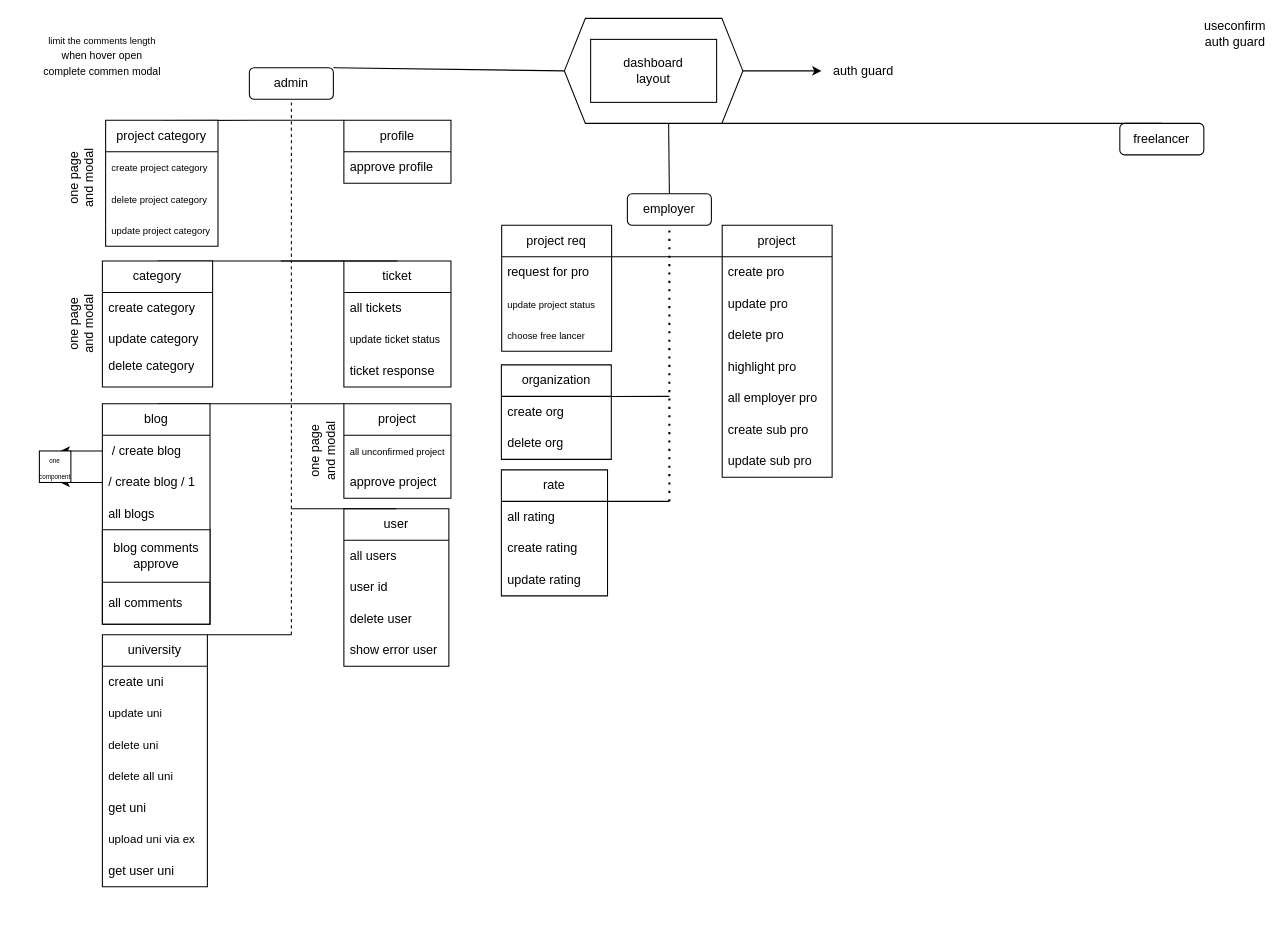
Earlier version of the draw.io diagram base/dashboard-folder-structur.drawio (RwinZakeri/up). Source tidied: cells renumbered, new cells numbered last; positions are measured from the earlier drawing's top-left corner, leaving out a move shared by most shapes. Both pictures are drawn from the tidied source at 105%, with x=0, y=0 at pixel (39, 18).
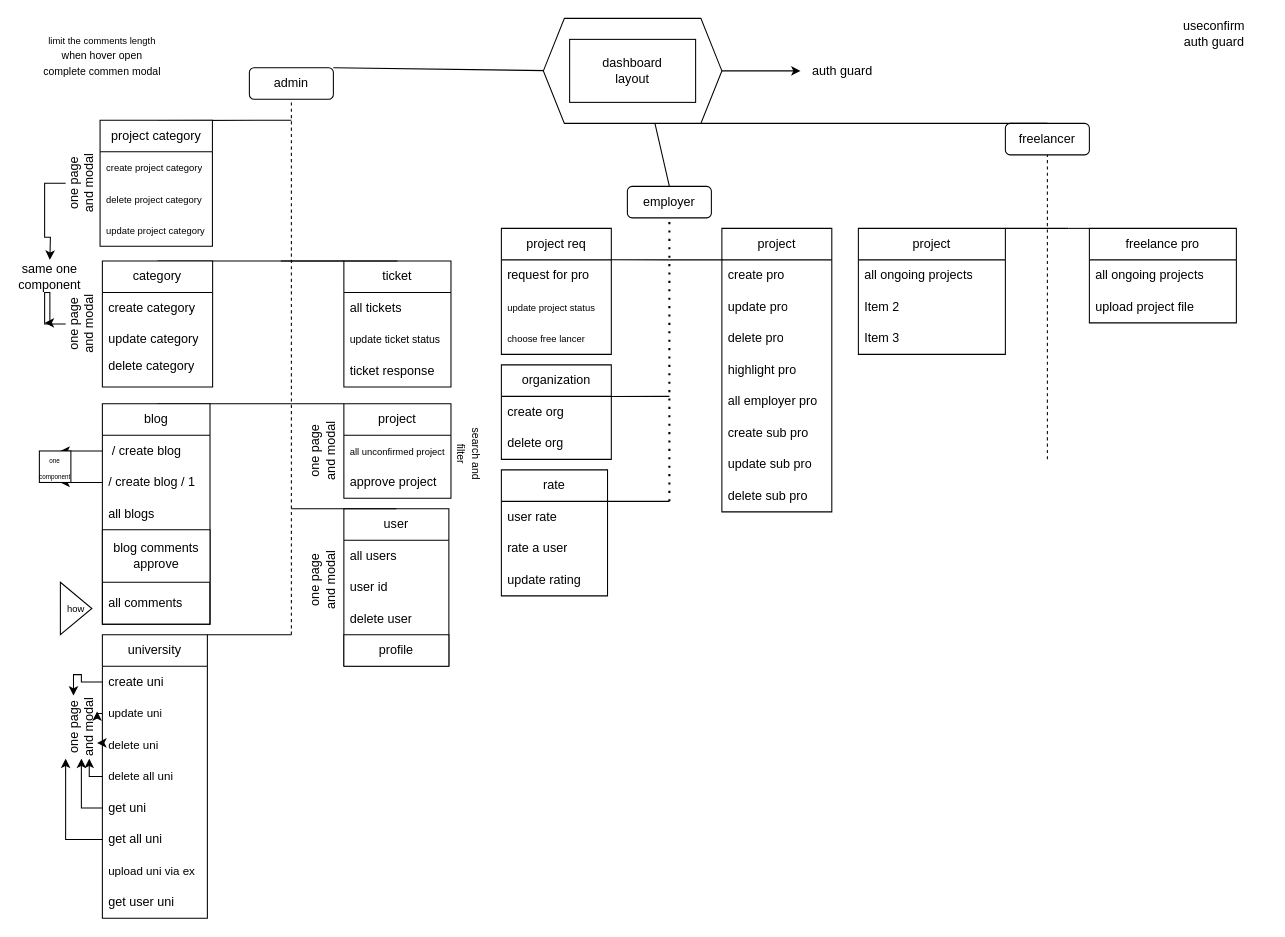
The same diagram, later.

The change refers to these unchanged cells:
```xml
<mxCell id="4" value="admin" style="rounded=1;whiteSpace=wrap;html=1;" parent="1" vertex="1">
  <mxGeometry x="200" y="47" width="80" height="30" as="geometry" />
</mxCell>
<mxCell id="17" value="one page and modal" style="text;html=1;align=center;verticalAlign=middle;whiteSpace=wrap;rounded=0;rotation=-90;" parent="1" vertex="1">
  <mxGeometry x="10" y="276" width="60" height="30" as="geometry" />
</mxCell>
<mxCell id="49" value="user" style="swimlane;fontStyle=0;horizontal=1;startSize=30;whiteSpace=wrap;html=1;" parent="1" vertex="1">
  <mxGeometry x="290" y="467" width="100" height="150" as="geometry" />
</mxCell>
<mxCell id="56" value="create uni" style="text;strokeColor=none;fillColor=none;align=left;verticalAlign=middle;spacingLeft=4;spacingRight=4;overflow=hidden;points=[[0,0.5],[1,0.5]];portConstraint=eastwest;whiteSpace=wrap;html=1;" parent="55" vertex="1">
  <mxGeometry y="30" width="100" height="30" as="geometry" />
</mxCell>
<mxCell id="57" value="&lt;font style=&quot;font-size: 11px;&quot;&gt;update uni&lt;/font&gt;" style="text;strokeColor=none;fillColor=none;align=left;verticalAlign=middle;spacingLeft=4;spacingRight=4;overflow=hidden;points=[[0,0.5],[1,0.5]];portConstraint=eastwest;whiteSpace=wrap;html=1;" parent="55" vertex="1">
  <mxGeometry y="60" width="100" height="30" as="geometry" />
</mxCell>
<mxCell id="58" value="&lt;font style=&quot;font-size: 11px;&quot;&gt;delete uni&lt;/font&gt;" style="text;strokeColor=none;fillColor=none;align=left;verticalAlign=middle;spacingLeft=4;spacingRight=4;overflow=hidden;points=[[0,0.5],[1,0.5]];portConstraint=eastwest;whiteSpace=wrap;html=1;" parent="55" vertex="1">
  <mxGeometry y="90" width="100" height="30" as="geometry" />
</mxCell>
<mxCell id="59" value="&lt;font style=&quot;font-size: 11px;&quot;&gt;delete all uni&lt;/font&gt;" style="text;strokeColor=none;fillColor=none;align=left;verticalAlign=middle;spacingLeft=4;spacingRight=4;overflow=hidden;points=[[0,0.5],[1,0.5]];portConstraint=eastwest;whiteSpace=wrap;html=1;" parent="55" vertex="1">
  <mxGeometry y="120" width="100" height="30" as="geometry" />
</mxCell>
<mxCell id="60" value="get uni" style="text;strokeColor=none;fillColor=none;align=left;verticalAlign=middle;spacingLeft=4;spacingRight=4;overflow=hidden;points=[[0,0.5],[1,0.5]];portConstraint=eastwest;whiteSpace=wrap;html=1;" parent="55" vertex="1">
  <mxGeometry y="150" width="100" height="30" as="geometry" />
</mxCell>
<mxCell id="67" value="request for pro" style="text;strokeColor=none;fillColor=none;align=left;verticalAlign=middle;spacingLeft=4;spacingRight=4;overflow=hidden;points=[[0,0.5],[1,0.5]];portConstraint=eastwest;whiteSpace=wrap;html=1;" parent="66" vertex="1">
  <mxGeometry y="30" width="104.7" height="30" as="geometry" />
</mxCell>
<mxCell id="76" value="create pro" style="text;strokeColor=none;fillColor=none;align=left;verticalAlign=middle;spacingLeft=4;spacingRight=4;overflow=hidden;points=[[0,0.5],[1,0.5]];portConstraint=eastwest;whiteSpace=wrap;html=1;" parent="75" vertex="1">
  <mxGeometry y="30" width="104.7" height="30" as="geometry" />
</mxCell>
<mxCell id="84" value="rate" style="swimlane;fontStyle=0;horizontal=1;startSize=30;whiteSpace=wrap;html=1;" parent="1" vertex="1">
  <mxGeometry x="440" y="430" width="101.1" height="120" as="geometry" />
</mxCell>
```

What changed in the source:
```diff
@@
     <mxCell id="2" value="freelancer" style="rounded=1;whiteSpace=wrap;html=1;" parent="1" vertex="1">
-      <mxGeometry x="1029" y="100" width="80" height="30" as="geometry" />
+      <mxGeometry x="920" y="100" width="80" height="30" as="geometry" />
     </mxCell>
     <mxCell id="3" value="employer" style="rounded=1;whiteSpace=wrap;html=1;" parent="1" vertex="1">
-      <mxGeometry x="560" y="167" width="80" height="30" as="geometry" />
+      <mxGeometry x="560" y="160" width="80" height="30" as="geometry" />
     </mxCell>
@@
-    <mxCell id="5" style="endArrow=none;html=1;rounded=0;exitX=0.5;exitY=0;exitDx=0;exitDy=0;entryX=0.584;entryY=0.993;entryDx=0;entryDy=0;entryPerimeter=0;" parent="1" edge="1" source="3" target="9">
+    <mxCell id="5" style="endArrow=none;html=1;rounded=0;exitX=0.5;exitY=0;exitDx=0;exitDy=0;entryX=0.625;entryY=1;entryDx=0;entryDy=0;" parent="1" edge="1" source="3" target="9">
       <mxGeometry relative="1" as="geometry" />
     </mxCell>
-    <mxCell id="6" style="endArrow=none;html=1;rounded=0;exitX=1;exitY=0;exitDx=0;exitDy=0;entryX=0;entryY=0.5;entryDx=0;entryDy=0;" parent="1" edge="1" source="4" target="9">
-      <mxGeometry relative="1" as="geometry" />
+    <mxCell id="6" style="endArrow=none;html=1;rounded=0;exitX=1;exitY=0;exitDx=0;exitDy=0;entryX=0;entryY=0.5;entryDx=0;entryDy=0;" parent="1" edge="1" source="4">
+      <mxGeometry relative="1" as="geometry">
+        <mxPoint x="500" y="50" as="targetPoint" />
+      </mxGeometry>
     </mxCell>
@@
     <mxCell id="9" style="shape=hexagon;perimeter=hexagonPerimeter2;whiteSpace=wrap;html=1;fixedSize=1;" parent="1" vertex="1">
-      <mxGeometry x="500" width="170" height="100" as="geometry" />
+      <mxGeometry x="480" width="170" height="100" as="geometry" />
     </mxCell>
     <mxCell id="10" value="dashboard&lt;div&gt;layout&lt;/div&gt;" style="rounded=0;whiteSpace=wrap;html=1;" parent="1" vertex="1">
-      <mxGeometry x="525" y="20" width="120" height="60" as="geometry" />
+      <mxGeometry x="505" y="20" width="120" height="60" as="geometry" />
     </mxCell>
     <mxCell id="11" style="endArrow=classic;html=1;rounded=0;exitX=1;exitY=0.5;exitDx=0;exitDy=0;" parent="1" edge="1" source="9">
       <mxGeometry relative="1" as="geometry">
-        <mxPoint x="745" y="50" as="targetPoint" />
+        <mxPoint x="725" y="50" as="targetPoint" />
       </mxGeometry>
     </mxCell>
     <mxCell id="12" value="auth guard" style="text;html=1;align=center;verticalAlign=middle;whiteSpace=wrap;rounded=0;" parent="1" vertex="1">
-      <mxGeometry x="755" y="35" width="60" height="30" as="geometry" />
+      <mxGeometry x="735" y="35" width="60" height="30" as="geometry" />
     </mxCell>
@@
+    <mxCell id="89" style="edgeStyle=orthogonalEdgeStyle;rounded=0;jettySize=auto;html=1;" parent="1" edge="1" source="17">
+      <mxGeometry relative="1" as="geometry">
+        <mxPoint x="5" y="290" as="targetPoint" />
+        <Array as="points">
+          <mxPoint x="5" y="291" />
+          <mxPoint x="5" y="261" />
+          <mxPoint x="10" y="261" />
+        </Array>
+      </mxGeometry>
+    </mxCell>
@@
-    <mxCell id="30" value="profile" style="swimlane;fontStyle=0;horizontal=1;startSize=30;whiteSpace=wrap;html=1;" parent="1" vertex="1">
-      <mxGeometry x="290" y="97" width="102" height="60" as="geometry" />
-    </mxCell>
-    <mxCell id="31" value="approve profile&amp;nbsp;" style="text;strokeColor=none;fillColor=none;align=left;verticalAlign=middle;spacingLeft=4;spacingRight=4;overflow=hidden;whiteSpace=wrap;html=1;" parent="30" vertex="1">
-      <mxGeometry y="30" width="102" height="30" as="geometry" />
-    </mxCell>
-    <mxCell id="32" style="endArrow=none;html=1;rounded=0;entryX=0;entryY=0;entryDx=0;entryDy=0;" parent="1" edge="1" target="30">
-      <mxGeometry relative="1" as="geometry">
-        <mxPoint x="240" y="97" as="sourcePoint" />
-      </mxGeometry>
-    </mxCell>
+    <mxCell id="90" style="edgeStyle=orthogonalEdgeStyle;rounded=0;jettySize=auto;html=1;" parent="1" edge="1" source="33">
+      <mxGeometry relative="1" as="geometry">
+        <mxPoint x="10" y="230" as="targetPoint" />
+      </mxGeometry>
+    </mxCell>
     <mxCell id="33" value="one page and modal" style="text;html=1;align=center;verticalAlign=middle;whiteSpace=wrap;rounded=0;rotation=-90;" parent="1" vertex="1">
-      <mxGeometry x="10" y="137" width="60" height="30" as="geometry" />
+      <mxGeometry x="10" y="142" width="60" height="30" as="geometry" />
     </mxCell>
@@
     <mxCell id="38" value="project category" style="swimlane;fontStyle=0;horizontal=1;startSize=30;whiteSpace=wrap;html=1;" parent="1" vertex="1">
-      <mxGeometry x="63.1" y="97" width="107" height="120" as="geometry" />
+      <mxGeometry x="57.8" y="97" width="107" height="120" as="geometry" />
     </mxCell>
@@
-    <mxCell id="53" value="show error user&amp;nbsp;" style="text;strokeColor=none;fillColor=none;align=left;verticalAlign=middle;spacingLeft=4;spacingRight=4;overflow=hidden;whiteSpace=wrap;html=1;" parent="49" vertex="1">
-      <mxGeometry y="120" width="100" height="30" as="geometry" />
-    </mxCell>
+    <mxCell id="30" value="profile" style="swimlane;fontStyle=0;horizontal=1;startSize=30;whiteSpace=wrap;html=1;" parent="49" vertex="1" collapsed="1">
+      <mxGeometry y="120" width="100" height="30" as="geometry" />
+    </mxCell>
@@
     <mxCell id="55" value="university" style="swimlane;fontStyle=0;horizontal=1;startSize=30;whiteSpace=wrap;html=1;" parent="1" vertex="1">
-      <mxGeometry x="60" y="587" width="100" height="240" as="geometry" />
+      <mxGeometry x="60" y="587" width="100" height="270" as="geometry" />
     </mxCell>
@@
+    <mxCell id="91" value="get all uni" style="text;strokeColor=none;fillColor=none;align=left;verticalAlign=middle;spacingLeft=4;spacingRight=4;overflow=hidden;points=[[0,0.5],[1,0.5]];portConstraint=eastwest;whiteSpace=wrap;html=1;" parent="55" vertex="1">
+      <mxGeometry y="180" width="100" height="30" as="geometry" />
+    </mxCell>
     <mxCell id="61" value="&lt;font style=&quot;font-size: 11px;&quot;&gt;upload uni via ex&lt;/font&gt;" style="text;strokeColor=none;fillColor=none;align=left;verticalAlign=middle;spacingLeft=4;spacingRight=4;overflow=hidden;whiteSpace=wrap;html=1;" parent="55" vertex="1">
-      <mxGeometry y="180" width="100" height="30" as="geometry" />
+      <mxGeometry y="210" width="100" height="30" as="geometry" />
     </mxCell>
     <mxCell id="62" value="get user uni" style="text;strokeColor=none;fillColor=none;align=left;verticalAlign=middle;spacingLeft=4;spacingRight=4;overflow=hidden;whiteSpace=wrap;html=1;" parent="55" vertex="1">
-      <mxGeometry y="210" width="100" height="30" as="geometry" />
+      <mxGeometry y="240" width="100" height="30" as="geometry" />
     </mxCell>
@@
-    <mxCell id="65" style="endArrow=none;html=1;rounded=0;entryX=1;entryY=0.25;entryDx=0;entryDy=0;" parent="1" edge="1" target="66">
+    <mxCell id="65" style="endArrow=none;html=1;rounded=0;entryX=0.995;entryY=-0.003;entryDx=0;entryDy=0;entryPerimeter=0;" parent="1" edge="1" target="67">
       <mxGeometry relative="1" as="geometry">
-        <mxPoint x="600" y="227" as="sourcePoint" />
+        <mxPoint x="600" y="230" as="sourcePoint" />
       </mxGeometry>
     </mxCell>
     <mxCell id="66" value="project req" style="swimlane;fontStyle=0;horizontal=1;startSize=30;whiteSpace=wrap;html=1;" parent="1" vertex="1">
-      <mxGeometry x="440.3" y="197" width="104.7" height="120" as="geometry" />
+      <mxGeometry x="440" y="200" width="104.7" height="120" as="geometry" />
     </mxCell>
@@
     <mxCell id="70" value="useconfirm&lt;div&gt;auth guard&lt;/div&gt;" style="text;html=1;align=center;verticalAlign=middle;whiteSpace=wrap;rounded=0;" parent="1" vertex="1">
-      <mxGeometry x="1109" width="60" height="30" as="geometry" />
+      <mxGeometry x="1089" width="60" height="30" as="geometry" />
     </mxCell>
@@
     <mxCell id="75" value="project" style="swimlane;fontStyle=0;horizontal=1;startSize=30;whiteSpace=wrap;html=1;" parent="1" vertex="1">
-      <mxGeometry x="650.3" y="197" width="104.7" height="240" as="geometry" />
+      <mxGeometry x="650" y="200" width="104.7" height="270" as="geometry" />
     </mxCell>
@@
+    <mxCell id="92" value="&lt;font style=&quot;font-size: 12px;&quot;&gt;delete sub pro&lt;/font&gt;" style="text;strokeColor=none;fillColor=none;align=left;verticalAlign=middle;spacingLeft=4;spacingRight=4;overflow=hidden;whiteSpace=wrap;html=1;" parent="75" vertex="1">
+      <mxGeometry y="240" width="104.7" height="30" as="geometry" />
+    </mxCell>
     <mxCell id="83" style="endArrow=none;html=1;rounded=0;entryX=0.006;entryY=0;entryDx=0;entryDy=0;entryPerimeter=0;" parent="1" edge="1" target="76">
       <mxGeometry relative="1" as="geometry">
-        <mxPoint x="600" y="227" as="sourcePoint" />
+        <mxPoint x="600" y="230" as="sourcePoint" />
       </mxGeometry>
     </mxCell>
@@
-    <mxCell id="85" value="all rating&amp;nbsp;" style="text;strokeColor=none;fillColor=none;align=left;verticalAlign=middle;spacingLeft=4;spacingRight=4;overflow=hidden;whiteSpace=wrap;html=1;" parent="84" vertex="1">
+    <mxCell id="85" value="user rate&amp;nbsp;" style="text;strokeColor=none;fillColor=none;align=left;verticalAlign=middle;spacingLeft=4;spacingRight=4;overflow=hidden;whiteSpace=wrap;html=1;" parent="84" vertex="1">
       <mxGeometry y="30" width="101.1" height="30" as="geometry" />
     </mxCell>
-    <mxCell id="86" value="create rating&amp;nbsp;" style="text;strokeColor=none;fillColor=none;align=left;verticalAlign=middle;spacingLeft=4;spacingRight=4;overflow=hidden;whiteSpace=wrap;html=1;" parent="84" vertex="1">
+    <mxCell id="86" value="rate a user" style="text;strokeColor=none;fillColor=none;align=left;verticalAlign=middle;spacingLeft=4;spacingRight=4;overflow=hidden;whiteSpace=wrap;html=1;" parent="84" vertex="1">
       <mxGeometry y="60" width="101.1" height="30" as="geometry" />
     </mxCell>
@@
+    <mxCell id="93" value="one page and modal" style="text;html=1;align=center;verticalAlign=middle;whiteSpace=wrap;rounded=0;rotation=-90;" parent="1" vertex="1">
+      <mxGeometry x="240" y="520" width="60" height="30" as="geometry" />
+    </mxCell>
+    <mxCell id="94" value="same one component" style="text;html=1;align=center;verticalAlign=middle;whiteSpace=wrap;rounded=0;" parent="1" vertex="1">
+      <mxGeometry x="-20" y="231" width="60" height="30" as="geometry" />
+    </mxCell>
+    <mxCell id="95" value="&lt;font style=&quot;font-size: 10px;&quot;&gt;search and filter&lt;/font&gt;" style="text;html=1;align=center;verticalAlign=middle;whiteSpace=wrap;rounded=0;rotation=90;" parent="1" vertex="1">
+      <mxGeometry x="380" y="400" width="60" height="30" as="geometry" />
+    </mxCell>
+    <mxCell id="96" value="&lt;font style=&quot;font-size: 9px;&quot;&gt;how&lt;/font&gt;" style="triangle;whiteSpace=wrap;html=1;" parent="1" vertex="1">
+      <mxGeometry x="20" y="537" width="30" height="50" as="geometry" />
+    </mxCell>
+    <mxCell id="97" value="one page and modal" style="text;html=1;align=center;verticalAlign=middle;whiteSpace=wrap;rounded=0;rotation=-90;" parent="1" vertex="1">
+      <mxGeometry x="10" y="660" width="60" height="30" as="geometry" />
+    </mxCell>
+    <mxCell id="98" style="edgeStyle=orthogonalEdgeStyle;rounded=0;jettySize=auto;html=1;" parent="1" edge="1" source="60" target="97">
+      <mxGeometry relative="1" as="geometry" />
+    </mxCell>
+    <mxCell id="99" style="edgeStyle=orthogonalEdgeStyle;rounded=0;jettySize=auto;html=1;exitX=0;exitY=0.5;exitDx=0;exitDy=0;entryX=0;entryY=0.75;entryDx=0;entryDy=0;" parent="1" edge="1" source="59" target="97">
+      <mxGeometry relative="1" as="geometry" />
+    </mxCell>
+    <mxCell id="100" style="edgeStyle=orthogonalEdgeStyle;rounded=0;jettySize=auto;html=1;entryX=0.25;entryY=1;entryDx=0;entryDy=0;" parent="1" edge="1" source="58" target="97">
+      <mxGeometry relative="1" as="geometry">
+        <Array as="points">
+          <mxPoint x="60" y="690" />
+          <mxPoint x="60" y="690" />
+        </Array>
+      </mxGeometry>
+    </mxCell>
+    <mxCell id="101" style="edgeStyle=orthogonalEdgeStyle;rounded=0;jettySize=auto;html=1;entryX=0;entryY=0;entryDx=0;entryDy=0;" parent="1" edge="1" source="91" target="97">
+      <mxGeometry relative="1" as="geometry" />
+    </mxCell>
+    <mxCell id="102" style="edgeStyle=orthogonalEdgeStyle;rounded=0;jettySize=auto;html=1;entryX=1;entryY=0.25;entryDx=0;entryDy=0;" parent="1" edge="1" source="56" target="97">
+      <mxGeometry relative="1" as="geometry" />
+    </mxCell>
+    <mxCell id="103" style="edgeStyle=orthogonalEdgeStyle;rounded=0;jettySize=auto;html=1;exitX=0;exitY=0.5;exitDx=0;exitDy=0;entryX=0.75;entryY=1;entryDx=0;entryDy=0;" parent="1" edge="1" source="57" target="97">
+      <mxGeometry relative="1" as="geometry" />
+    </mxCell>
+    <mxCell id="104" value="project" style="swimlane;fontStyle=0;horizontal=1;startSize=30;whiteSpace=wrap;html=1;" parent="1" vertex="1">
+      <mxGeometry x="780" y="200" width="140" height="120" as="geometry" />
+    </mxCell>
+    <mxCell id="105" value="all ongoing projects" style="text;strokeColor=none;fillColor=none;align=left;verticalAlign=middle;spacingLeft=4;spacingRight=4;overflow=hidden;whiteSpace=wrap;html=1;" parent="104" vertex="1">
+      <mxGeometry y="30" width="140" height="30" as="geometry" />
+    </mxCell>
+    <mxCell id="106" value="Item 2" style="text;strokeColor=none;fillColor=none;align=left;verticalAlign=middle;spacingLeft=4;spacingRight=4;overflow=hidden;whiteSpace=wrap;html=1;" parent="104" vertex="1">
+      <mxGeometry y="60" width="140" height="30" as="geometry" />
+    </mxCell>
+    <mxCell id="107" value="Item 3" style="text;strokeColor=none;fillColor=none;align=left;verticalAlign=middle;spacingLeft=4;spacingRight=4;overflow=hidden;whiteSpace=wrap;html=1;" parent="104" vertex="1">
+      <mxGeometry y="90" width="140" height="30" as="geometry" />
+    </mxCell>
+    <mxCell id="108" style="endArrow=none;dashed=1;html=1;rounded=0;entryX=0.5;entryY=1;entryDx=0;entryDy=0;" parent="1" edge="1" target="2">
+      <mxGeometry relative="1" as="geometry">
+        <mxPoint x="960" y="420" as="sourcePoint" />
+      </mxGeometry>
+    </mxCell>
+    <mxCell id="109" style="endArrow=none;html=1;rounded=0;exitX=1;exitY=0;exitDx=0;exitDy=0;" parent="1" edge="1" source="104">
+      <mxGeometry relative="1" as="geometry">
+        <mxPoint x="980" y="200" as="targetPoint" />
+      </mxGeometry>
+    </mxCell>
+    <mxCell id="110" value="freelance pro" style="swimlane;fontStyle=0;horizontal=1;startSize=30;whiteSpace=wrap;html=1;" parent="1" vertex="1">
+      <mxGeometry x="1000" y="200" width="140" height="90" as="geometry" />
+    </mxCell>
+    <mxCell id="111" value="all ongoing projects" style="text;strokeColor=none;fillColor=none;align=left;verticalAlign=middle;spacingLeft=4;spacingRight=4;overflow=hidden;whiteSpace=wrap;html=1;" parent="110" vertex="1">
+      <mxGeometry y="30" width="140" height="30" as="geometry" />
+    </mxCell>
+    <mxCell id="112" value="upload project file&amp;nbsp;" style="text;strokeColor=none;fillColor=none;align=left;verticalAlign=middle;spacingLeft=4;spacingRight=4;overflow=hidden;whiteSpace=wrap;html=1;" parent="110" vertex="1">
+      <mxGeometry y="60" width="140" height="30" as="geometry" />
+    </mxCell>
+    <mxCell id="113" style="endArrow=none;html=1;rounded=0;entryX=0;entryY=0;entryDx=0;entryDy=0;" parent="1" edge="1" target="110">
+      <mxGeometry relative="1" as="geometry">
+        <mxPoint x="980" y="200" as="sourcePoint" />
+      </mxGeometry>
+    </mxCell>
```
